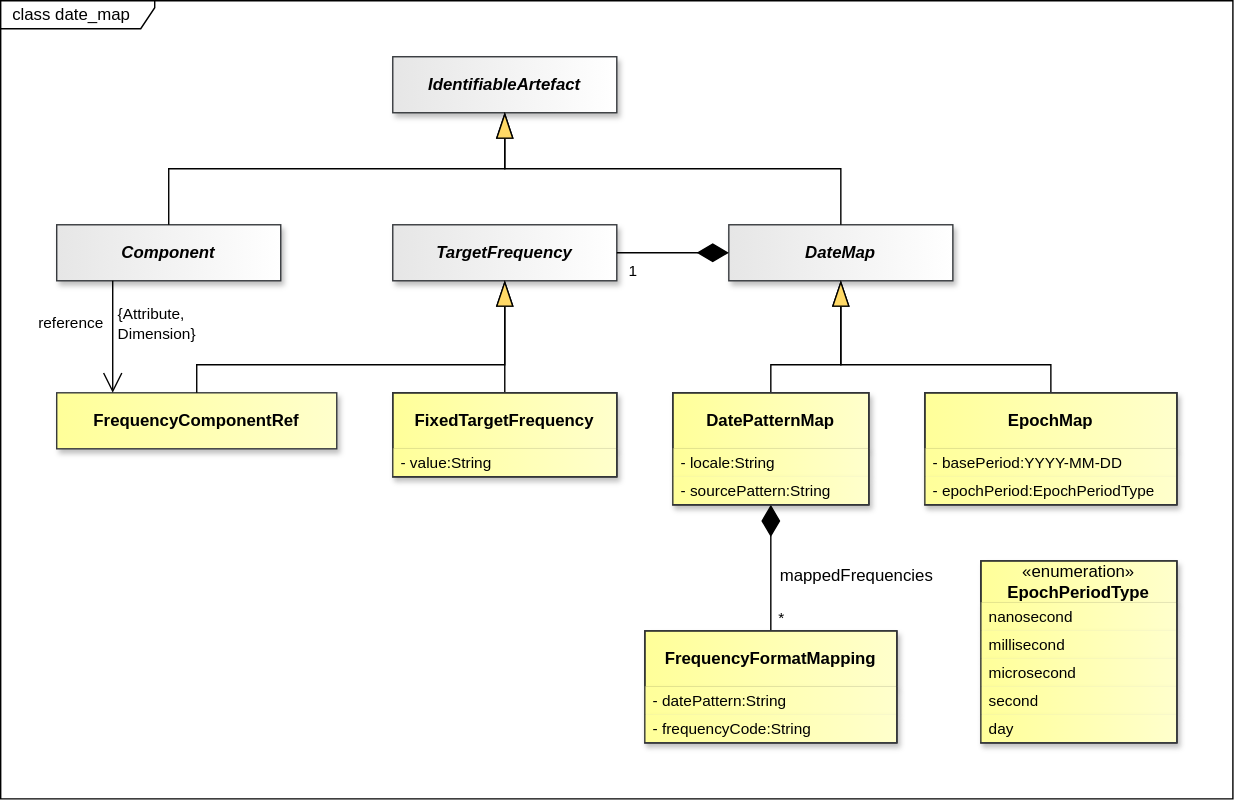
This is docs/information_model/media/sdmx_mapping-date_map.svg from sdmx-twg/sdmx-im, a draw.io export, as it was before one commit. Source tidied: cells renumbered, new cells last; positions are measured from the earlier drawing's top-left corner, leaving out a move shared by most shapes.
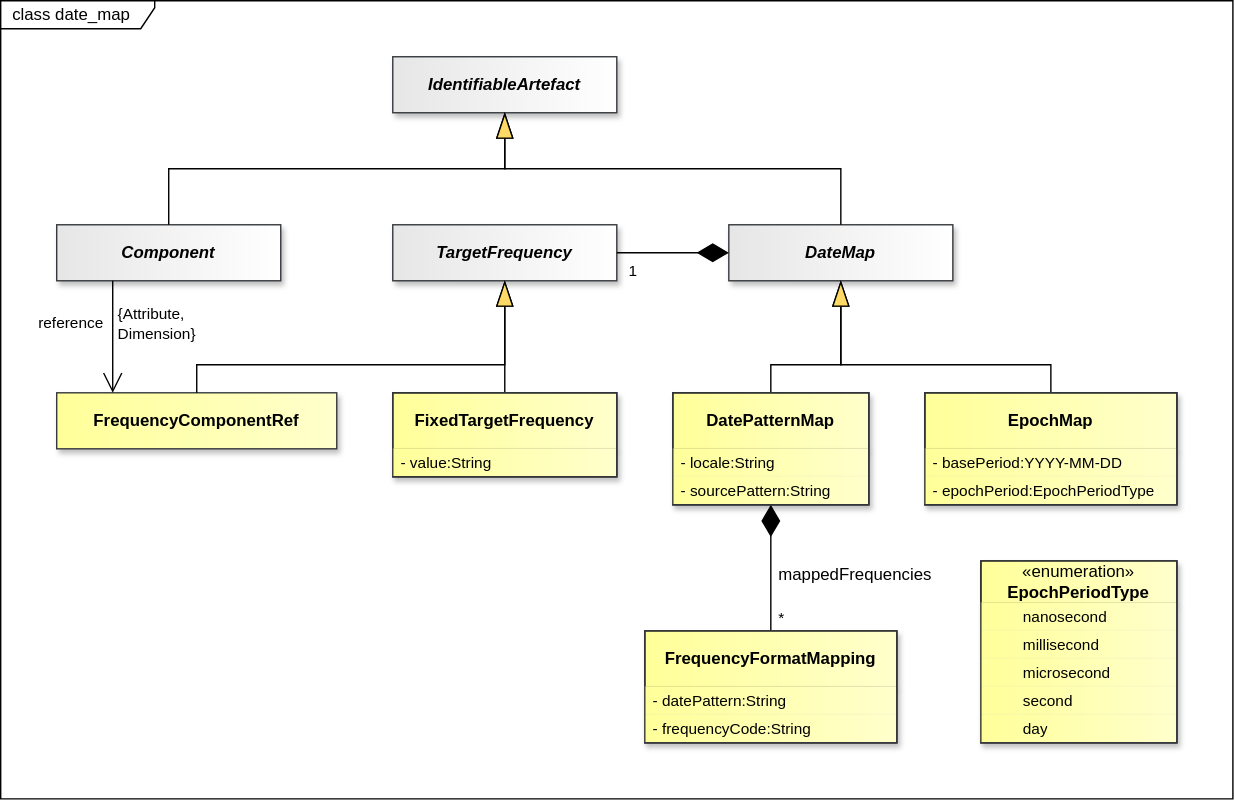
After the commit.

Change to the diagram source:
```diff
@@ -327,19 +327,19 @@
     <mxCell id="108" value="&lt;span style=&quot;font-weight: normal;&quot;&gt;«enumeration»&lt;/span&gt;&lt;br&gt;EpochPeriodType" style="swimlane;fontStyle=1;align=center;verticalAlign=middle;horizontal=1;startSize=30;whiteSpace=wrap;html=1;fillColor=light-dark(#FFFF99,#FFFF99);strokeColor=light-dark(#000000,#000000);gradientDirection=east;swimlaneLine=1;fontColor=light-dark(#000000,#000000);labelBackgroundColor=none;textShadow=0;gradientColor=light-dark(#FFFFCC,#FFFFCC);shadow=1;" parent="1" vertex="1">
       <mxGeometry x="700" y="400" width="140" height="130" as="geometry" />
     </mxCell>
-    <mxCell id="109" value="nanosecond" style="text;strokeColor=none;fillColor=light-dark(#FFFF99,#FFFF99);align=left;verticalAlign=middle;spacingLeft=4;spacingRight=4;overflow=hidden;whiteSpace=wrap;html=1;fontFamily=Helvetica;fontSize=11;fontColor=light-dark(#000000,#000000);gradientColor=light-dark(#FFFFCC,#FFFFCC);gradientDirection=east;shadow=1;" parent="108" vertex="1">
+    <mxCell id="109" value="&lt;span style=&quot;white-space: pre;&quot;&gt;&#9;&lt;/span&gt;nanosecond" style="text;strokeColor=none;fillColor=light-dark(#FFFF99,#FFFF99);align=left;verticalAlign=middle;spacingLeft=4;spacingRight=4;overflow=hidden;whiteSpace=wrap;html=1;fontFamily=Helvetica;fontSize=11;fontColor=light-dark(#000000,#000000);gradientColor=light-dark(#FFFFCC,#FFFFCC);gradientDirection=east;shadow=1;" parent="108" vertex="1">
       <mxGeometry y="30" width="140" height="20" as="geometry" />
     </mxCell>
-    <mxCell id="110" value="millisecond" style="text;strokeColor=none;fillColor=light-dark(#FFFF99,#FFFF99);align=left;verticalAlign=middle;spacingLeft=4;spacingRight=4;overflow=hidden;whiteSpace=wrap;html=1;fontFamily=Helvetica;fontSize=11;fontColor=light-dark(#000000,#000000);gradientColor=light-dark(#FFFFCC,#FFFFCC);gradientDirection=east;shadow=1;" parent="108" vertex="1">
+    <mxCell id="110" value="&lt;span style=&quot;white-space: pre;&quot;&gt;&#9;&lt;/span&gt;millisecond" style="text;strokeColor=none;fillColor=light-dark(#FFFF99,#FFFF99);align=left;verticalAlign=middle;spacingLeft=4;spacingRight=4;overflow=hidden;whiteSpace=wrap;html=1;fontFamily=Helvetica;fontSize=11;fontColor=light-dark(#000000,#000000);gradientColor=light-dark(#FFFFCC,#FFFFCC);gradientDirection=east;shadow=1;" parent="108" vertex="1">
       <mxGeometry y="50" width="140" height="20" as="geometry" />
     </mxCell>
-    <mxCell id="111" value="microsecond" style="text;strokeColor=none;fillColor=light-dark(#FFFF99,#FFFF99);align=left;verticalAlign=middle;spacingLeft=4;spacingRight=4;overflow=hidden;whiteSpace=wrap;html=1;fontFamily=Helvetica;fontSize=11;fontColor=light-dark(#000000,#000000);gradientColor=light-dark(#FFFFCC,#FFFFCC);gradientDirection=east;shadow=1;" parent="108" vertex="1">
+    <mxCell id="111" value="&lt;span style=&quot;white-space: pre;&quot;&gt;&#9;&lt;/span&gt;microsecond" style="text;strokeColor=none;fillColor=light-dark(#FFFF99,#FFFF99);align=left;verticalAlign=middle;spacingLeft=4;spacingRight=4;overflow=hidden;whiteSpace=wrap;html=1;fontFamily=Helvetica;fontSize=11;fontColor=light-dark(#000000,#000000);gradientColor=light-dark(#FFFFCC,#FFFFCC);gradientDirection=east;shadow=1;" parent="108" vertex="1">
       <mxGeometry y="70" width="140" height="20" as="geometry" />
     </mxCell>
-    <mxCell id="112" value="second" style="text;strokeColor=none;fillColor=light-dark(#FFFF99,#FFFF99);align=left;verticalAlign=middle;spacingLeft=4;spacingRight=4;overflow=hidden;whiteSpace=wrap;html=1;fontFamily=Helvetica;fontSize=11;fontColor=light-dark(#000000,#000000);gradientColor=light-dark(#FFFFCC,#FFFFCC);gradientDirection=east;shadow=1;" parent="108" vertex="1">
+    <mxCell id="112" value="&lt;span style=&quot;white-space: pre;&quot;&gt;&#9;&lt;/span&gt;second" style="text;strokeColor=none;fillColor=light-dark(#FFFF99,#FFFF99);align=left;verticalAlign=middle;spacingLeft=4;spacingRight=4;overflow=hidden;whiteSpace=wrap;html=1;fontFamily=Helvetica;fontSize=11;fontColor=light-dark(#000000,#000000);gradientColor=light-dark(#FFFFCC,#FFFFCC);gradientDirection=east;shadow=1;" parent="108" vertex="1">
       <mxGeometry y="90" width="140" height="20" as="geometry" />
     </mxCell>
-    <mxCell id="113" value="day" style="text;strokeColor=none;fillColor=light-dark(#FFFF99,#FFFF99);align=left;verticalAlign=middle;spacingLeft=4;spacingRight=4;overflow=hidden;whiteSpace=wrap;html=1;fontFamily=Helvetica;fontSize=11;fontColor=light-dark(#000000,#000000);gradientColor=light-dark(#FFFFCC,#FFFFCC);gradientDirection=east;shadow=1;" parent="108" vertex="1">
+    <mxCell id="113" value="&lt;span style=&quot;white-space: pre;&quot;&gt;&#9;&lt;/span&gt;day" style="text;strokeColor=none;fillColor=light-dark(#FFFF99,#FFFF99);align=left;verticalAlign=middle;spacingLeft=4;spacingRight=4;overflow=hidden;whiteSpace=wrap;html=1;fontFamily=Helvetica;fontSize=11;fontColor=light-dark(#000000,#000000);gradientColor=light-dark(#FFFFCC,#FFFFCC);gradientDirection=east;shadow=1;" parent="108" vertex="1">
       <mxGeometry y="110" width="140" height="20" as="geometry" />
     </mxCell>
     <mxCell id="114" value="FrequencyFormatMapping" style="swimlane;fontStyle=1;align=center;verticalAlign=middle;horizontal=1;startSize=40;whiteSpace=wrap;html=1;fillColor=light-dark(#FFFF99,#FFFF99);strokeColor=light-dark(#000000,#000000);gradientDirection=east;swimlaneLine=1;fontColor=light-dark(#000000,#000000);labelBackgroundColor=none;textShadow=0;gradientColor=light-dark(#FFFFCC,#FFFFCC);shadow=1;" parent="1" vertex="1">
```
